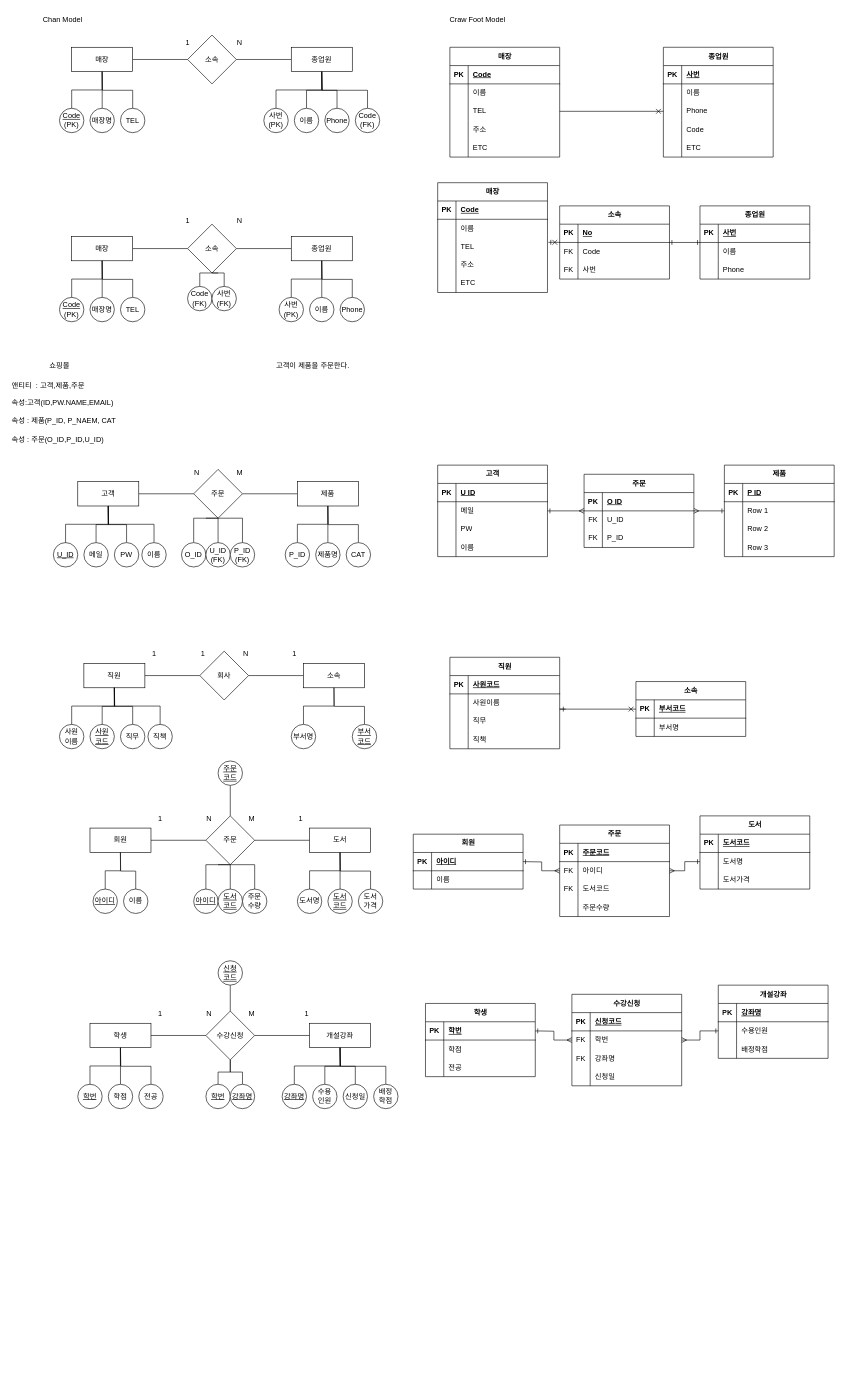
Above: ER (1).drawio in shwysh123/practice (draw.io), before the change. Source tidied: cells renumbered, new cells numbered last; positions are measured from the earlier drawing's top-left corner, leaving out a move shared by most shapes. Both pictures are drawn from the tidied source at 61%, with x=0, y=0 at pixel (10, 10).
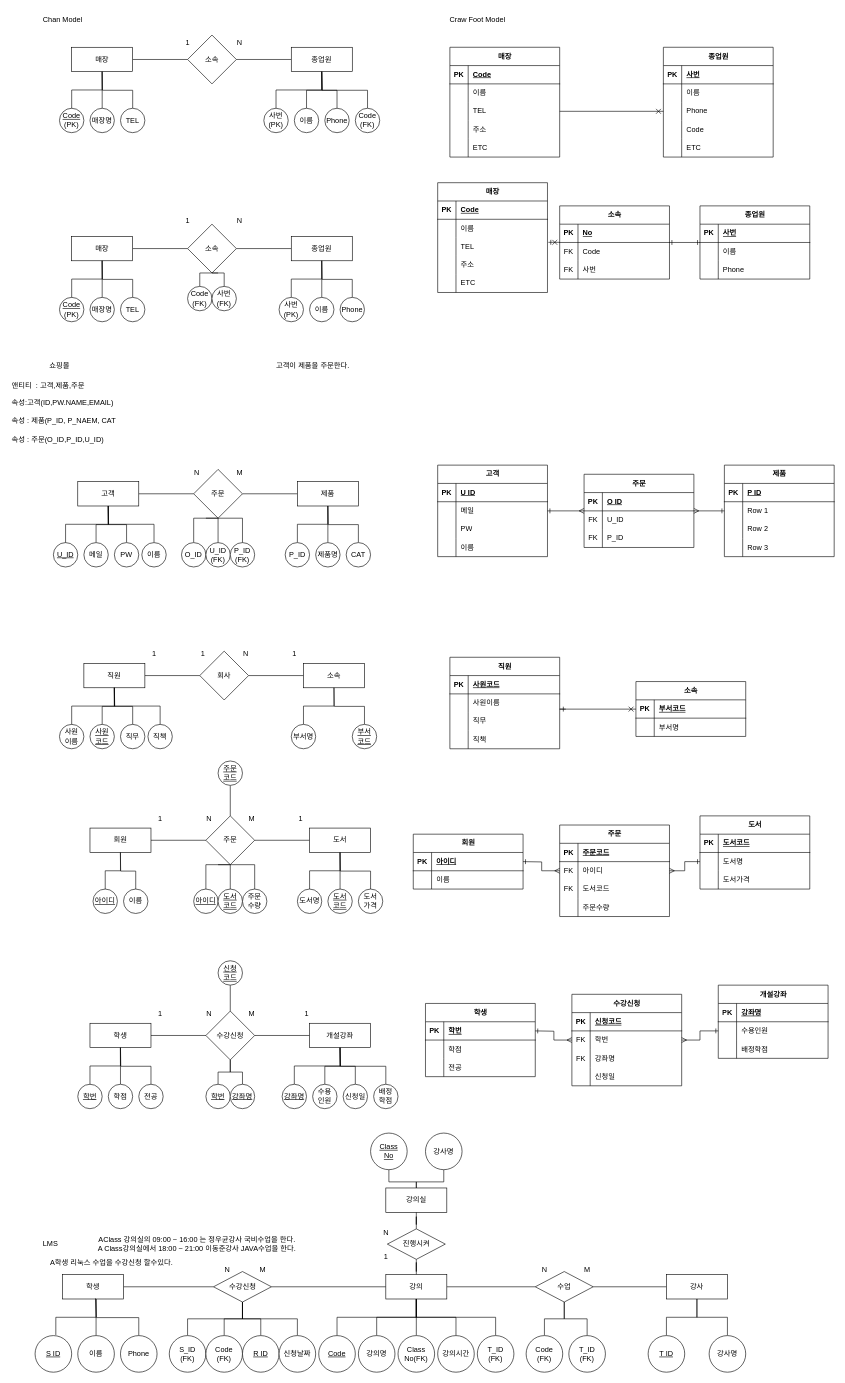
After the change.

What changed in the source:
```diff
@@
+    <mxCell id="355" value="LMS" style="text;html=1;align=center;verticalAlign=middle;strokeColor=none;fillColor=none;" parent="1" vertex="1">
+      <mxGeometry x="40" y="2007" width="50" height="30" as="geometry" />
+    </mxCell>
+    <mxCell id="356" style="edgeStyle=orthogonalEdgeStyle;rounded=0;jettySize=auto;html=1;exitX=0;exitY=0.5;exitDx=0;exitDy=0;entryX=1;entryY=0.5;entryDx=0;entryDy=0;endArrow=none;endFill=0;" parent="1" edge="1" source="359" target="381">
+      <mxGeometry relative="1" as="geometry" />
+    </mxCell>
+    <mxCell id="357" style="edgeStyle=orthogonalEdgeStyle;rounded=0;jettySize=auto;html=1;exitX=0.5;exitY=0;exitDx=0;exitDy=0;endArrow=none;endFill=0;" parent="1" edge="1" source="359" target="399">
+      <mxGeometry relative="1" as="geometry" />
+    </mxCell>
+    <mxCell id="358" style="edgeStyle=orthogonalEdgeStyle;rounded=0;jettySize=auto;html=1;exitX=1;exitY=0.5;exitDx=0;exitDy=0;endArrow=none;endFill=0;" parent="1" edge="1" source="359" target="406">
+      <mxGeometry relative="1" as="geometry" />
+    </mxCell>
+    <mxCell id="359" value="강의" style="whiteSpace=wrap;html=1;align=center;" parent="1" vertex="1">
+      <mxGeometry x="615" y="2072" width="100" height="40" as="geometry" />
+    </mxCell>
+    <mxCell id="360" style="rounded=0;jettySize=auto;html=1;exitX=1;exitY=0.5;exitDx=0;exitDy=0;entryX=0;entryY=0.5;entryDx=0;entryDy=0;endArrow=none;endFill=0;" parent="1" edge="1" source="361" target="381">
+      <mxGeometry relative="1" as="geometry" />
+    </mxCell>
+    <mxCell id="361" value="학생" style="whiteSpace=wrap;html=1;align=center;" parent="1" vertex="1">
+      <mxGeometry x="85" y="2072" width="100" height="40" as="geometry" />
+    </mxCell>
+    <mxCell id="362" style="edgeStyle=orthogonalEdgeStyle;rounded=0;jettySize=auto;html=1;exitX=0;exitY=0.5;exitDx=0;exitDy=0;endArrow=none;endFill=0;" parent="1" edge="1" source="363" target="406">
+      <mxGeometry relative="1" as="geometry" />
+    </mxCell>
+    <mxCell id="363" value="강사" style="whiteSpace=wrap;html=1;align=center;" parent="1" vertex="1">
+      <mxGeometry x="1075" y="2072" width="100" height="40" as="geometry" />
+    </mxCell>
+    <mxCell id="364" style="edgeStyle=orthogonalEdgeStyle;rounded=0;orthogonalLoop=1;jettySize=auto;html=1;exitX=0.5;exitY=0;exitDx=0;exitDy=0;entryX=0.5;entryY=1;entryDx=0;entryDy=0;endArrow=none;endFill=0;" parent="1" edge="1">
+      <mxGeometry relative="1" as="geometry">
+        <mxPoint x="74" y="2171" as="sourcePoint" />
+        <mxPoint x="139" y="2111" as="targetPoint" />
+        <Array as="points">
+          <mxPoint x="74" y="2142" />
+          <mxPoint x="140" y="2142" />
+        </Array>
+      </mxGeometry>
+    </mxCell>
+    <mxCell id="365" value="&lt;u&gt;S ID&lt;/u&gt;" style="ellipse;whiteSpace=wrap;html=1;align=center;" parent="1" vertex="1">
+      <mxGeometry x="40" y="2172" width="60" height="60" as="geometry" />
+    </mxCell>
+    <mxCell id="366" style="edgeStyle=orthogonalEdgeStyle;rounded=0;jettySize=auto;html=1;exitX=0.5;exitY=0;exitDx=0;exitDy=0;endArrow=none;endFill=0;" parent="1" edge="1" source="367">
+      <mxGeometry relative="1" as="geometry">
+        <mxPoint x="140" y="2112" as="targetPoint" />
+      </mxGeometry>
+    </mxCell>
+    <mxCell id="367" value="이름" style="ellipse;whiteSpace=wrap;html=1;align=center;" parent="1" vertex="1">
+      <mxGeometry x="110" y="2172" width="60" height="60" as="geometry" />
+    </mxCell>
+    <mxCell id="368" style="edgeStyle=orthogonalEdgeStyle;rounded=0;jettySize=auto;html=1;exitX=0.5;exitY=0;exitDx=0;exitDy=0;endArrow=none;endFill=0;" parent="1" edge="1" source="369">
+      <mxGeometry relative="1" as="geometry">
+        <mxPoint x="140" y="2112" as="targetPoint" />
+      </mxGeometry>
+    </mxCell>
+    <mxCell id="369" value="Phone" style="ellipse;whiteSpace=wrap;html=1;align=center;" parent="1" vertex="1">
+      <mxGeometry x="180" y="2172" width="60" height="60" as="geometry" />
+    </mxCell>
+    <mxCell id="370" style="edgeStyle=orthogonalEdgeStyle;rounded=0;jettySize=auto;html=1;exitX=0.5;exitY=0;exitDx=0;exitDy=0;endArrow=none;endFill=0;" parent="1" edge="1" source="371" target="359">
+      <mxGeometry relative="1" as="geometry" />
+    </mxCell>
+    <mxCell id="371" value="&lt;u&gt;Code&lt;/u&gt;" style="ellipse;whiteSpace=wrap;html=1;align=center;" parent="1" vertex="1">
+      <mxGeometry x="505" y="2172" width="60" height="60" as="geometry" />
+    </mxCell>
+    <mxCell id="372" style="edgeStyle=orthogonalEdgeStyle;rounded=0;jettySize=auto;html=1;exitX=0.5;exitY=0;exitDx=0;exitDy=0;endArrow=none;endFill=0;" parent="1" edge="1" source="373" target="359">
+      <mxGeometry relative="1" as="geometry" />
+    </mxCell>
+    <mxCell id="373" value="강의명" style="ellipse;whiteSpace=wrap;html=1;align=center;" parent="1" vertex="1">
+      <mxGeometry x="570" y="2172" width="60" height="60" as="geometry" />
+    </mxCell>
+    <mxCell id="374" style="edgeStyle=orthogonalEdgeStyle;rounded=0;jettySize=auto;html=1;exitX=0.5;exitY=0;exitDx=0;exitDy=0;endArrow=none;endFill=0;" parent="1" edge="1" source="375" target="359">
+      <mxGeometry relative="1" as="geometry" />
+    </mxCell>
+    <mxCell id="375" value="Class&lt;br&gt;No(FK)" style="ellipse;whiteSpace=wrap;html=1;align=center;" parent="1" vertex="1">
+      <mxGeometry x="635" y="2172" width="60" height="60" as="geometry" />
+    </mxCell>
+    <mxCell id="376" style="edgeStyle=orthogonalEdgeStyle;rounded=0;jettySize=auto;html=1;exitX=0.5;exitY=0;exitDx=0;exitDy=0;endArrow=none;endFill=0;" parent="1" edge="1" source="377" target="359">
+      <mxGeometry relative="1" as="geometry" />
+    </mxCell>
+    <mxCell id="377" value="강의시간" style="ellipse;whiteSpace=wrap;html=1;align=center;" parent="1" vertex="1">
+      <mxGeometry x="700" y="2172" width="60" height="60" as="geometry" />
+    </mxCell>
+    <mxCell id="378" style="edgeStyle=orthogonalEdgeStyle;rounded=0;jettySize=auto;html=1;exitX=0.5;exitY=0;exitDx=0;exitDy=0;endArrow=none;endFill=0;" parent="1" edge="1" source="379" target="359">
+      <mxGeometry relative="1" as="geometry" />
+    </mxCell>
+    <mxCell id="379" value="T_ID&lt;br&gt;(FK)" style="ellipse;whiteSpace=wrap;html=1;align=center;" parent="1" vertex="1">
+      <mxGeometry x="765" y="2172" width="60" height="60" as="geometry" />
+    </mxCell>
+    <mxCell id="380" value="A학생 리눅스 수업을 수강신청 할수있다." style="text;html=1;align=center;verticalAlign=middle;strokeColor=none;fillColor=none;" parent="1" vertex="1">
+      <mxGeometry x="45" y="2037" width="240" height="30" as="geometry" />
+    </mxCell>
+    <mxCell id="381" value="수강신청" style="shape=rhombus;perimeter=rhombusPerimeter;whiteSpace=wrap;html=1;align=center;" parent="1" vertex="1">
+      <mxGeometry x="332.5" y="2067" width="95" height="50" as="geometry" />
+    </mxCell>
+    <mxCell id="382" value="N" style="text;html=1;align=center;verticalAlign=middle;strokeColor=none;fillColor=none;" parent="1" vertex="1">
+      <mxGeometry x="340" y="2050" width="30" height="30" as="geometry" />
+    </mxCell>
+    <mxCell id="383" value="M" style="text;html=1;align=center;verticalAlign=middle;strokeColor=none;fillColor=none;" parent="1" vertex="1">
+      <mxGeometry x="397.5" y="2050" width="30" height="30" as="geometry" />
+    </mxCell>
+    <mxCell id="384" style="edgeStyle=orthogonalEdgeStyle;rounded=0;jettySize=auto;html=1;exitX=0.5;exitY=0;exitDx=0;exitDy=0;endArrow=none;endFill=0;" parent="1" edge="1" source="385" target="381">
+      <mxGeometry relative="1" as="geometry" />
+    </mxCell>
+    <mxCell id="385" value="S_ID&lt;br&gt;(FK)" style="ellipse;whiteSpace=wrap;html=1;align=center;" parent="1" vertex="1">
+      <mxGeometry x="260" y="2172" width="60" height="60" as="geometry" />
+    </mxCell>
+    <mxCell id="386" style="edgeStyle=orthogonalEdgeStyle;rounded=0;jettySize=auto;html=1;exitX=0.5;exitY=0;exitDx=0;exitDy=0;endArrow=none;endFill=0;" parent="1" edge="1" source="387" target="381">
+      <mxGeometry relative="1" as="geometry" />
+    </mxCell>
+    <mxCell id="387" value="Code&lt;br&gt;(FK)" style="ellipse;whiteSpace=wrap;html=1;align=center;" parent="1" vertex="1">
+      <mxGeometry x="320" y="2172" width="60" height="60" as="geometry" />
+    </mxCell>
+    <mxCell id="388" style="edgeStyle=orthogonalEdgeStyle;rounded=0;jettySize=auto;html=1;exitX=0.5;exitY=0;exitDx=0;exitDy=0;endArrow=none;endFill=0;" parent="1" edge="1" source="389" target="381">
+      <mxGeometry relative="1" as="geometry" />
+    </mxCell>
+    <mxCell id="389" value="&lt;u&gt;R ID&lt;/u&gt;" style="ellipse;whiteSpace=wrap;html=1;align=center;" parent="1" vertex="1">
+      <mxGeometry x="380" y="2172" width="60" height="60" as="geometry" />
+    </mxCell>
+    <mxCell id="390" style="edgeStyle=orthogonalEdgeStyle;rounded=0;jettySize=auto;html=1;exitX=0.5;exitY=0;exitDx=0;exitDy=0;endArrow=none;endFill=0;" parent="1" edge="1" source="391" target="381">
+      <mxGeometry relative="1" as="geometry" />
+    </mxCell>
+    <mxCell id="391" value="신청날짜" style="ellipse;whiteSpace=wrap;html=1;align=center;" parent="1" vertex="1">
+      <mxGeometry x="440" y="2172" width="60" height="60" as="geometry" />
+    </mxCell>
+    <mxCell id="392" value="AClass 강의실의 09:00 ~ 16:00 는 정우균강사 국비수업을 한다.&lt;br&gt;A Class강의실에서 18:00 ~ 21:00 이동준강사 JAVA수업을 한다." style="text;html=1;align=center;verticalAlign=middle;strokeColor=none;fillColor=none;" parent="1" vertex="1">
+      <mxGeometry x="125" y="2002" width="360" height="40" as="geometry" />
+    </mxCell>
+    <mxCell id="393" value="강의실" style="whiteSpace=wrap;html=1;align=center;" parent="1" vertex="1">
+      <mxGeometry x="615" y="1930" width="100" height="40" as="geometry" />
+    </mxCell>
+    <mxCell id="394" style="edgeStyle=orthogonalEdgeStyle;rounded=0;jettySize=auto;html=1;exitX=0.5;exitY=1;exitDx=0;exitDy=0;endArrow=none;endFill=0;" parent="1" edge="1" source="395" target="393">
+      <mxGeometry relative="1" as="geometry" />
+    </mxCell>
+    <mxCell id="395" value="강사명" style="ellipse;whiteSpace=wrap;html=1;align=center;" parent="1" vertex="1">
+      <mxGeometry x="680" y="1840" width="60" height="60" as="geometry" />
+    </mxCell>
+    <mxCell id="396" style="edgeStyle=orthogonalEdgeStyle;rounded=0;jettySize=auto;html=1;exitX=0.5;exitY=1;exitDx=0;exitDy=0;endArrow=none;endFill=0;" parent="1" edge="1" source="397" target="393">
+      <mxGeometry relative="1" as="geometry" />
+    </mxCell>
+    <mxCell id="397" value="&lt;u&gt;Class&lt;br&gt;No&lt;/u&gt;" style="ellipse;whiteSpace=wrap;html=1;align=center;" parent="1" vertex="1">
+      <mxGeometry x="590" y="1840" width="60" height="60" as="geometry" />
+    </mxCell>
+    <mxCell id="398" style="edgeStyle=orthogonalEdgeStyle;rounded=0;jettySize=auto;html=1;exitX=0.5;exitY=0;exitDx=0;exitDy=0;endArrow=none;endFill=0;" parent="1" edge="1" source="399" target="393">
+      <mxGeometry relative="1" as="geometry" />
+    </mxCell>
+    <mxCell id="399" value="진행시켜" style="shape=rhombus;perimeter=rhombusPerimeter;whiteSpace=wrap;html=1;align=center;" parent="1" vertex="1">
+      <mxGeometry x="617.5" y="1997" width="95" height="50" as="geometry" />
+    </mxCell>
+    <mxCell id="400" value="1" style="text;html=1;align=center;verticalAlign=middle;strokeColor=none;fillColor=none;" parent="1" vertex="1">
+      <mxGeometry x="600" y="2028" width="30" height="30" as="geometry" />
+    </mxCell>
+    <mxCell id="401" value="N" style="text;html=1;align=center;verticalAlign=middle;strokeColor=none;fillColor=none;" parent="1" vertex="1">
+      <mxGeometry x="600" y="1988" width="30" height="30" as="geometry" />
+    </mxCell>
+    <mxCell id="402" style="edgeStyle=orthogonalEdgeStyle;rounded=0;jettySize=auto;html=1;exitX=0.5;exitY=0;exitDx=0;exitDy=0;endArrow=none;endFill=0;" parent="1" edge="1" source="403" target="363">
+      <mxGeometry relative="1" as="geometry" />
+    </mxCell>
+    <mxCell id="403" value="&lt;u&gt;T ID&lt;/u&gt;" style="ellipse;whiteSpace=wrap;html=1;align=center;" parent="1" vertex="1">
+      <mxGeometry x="1045" y="2172" width="60" height="60" as="geometry" />
+    </mxCell>
+    <mxCell id="404" style="edgeStyle=orthogonalEdgeStyle;rounded=0;jettySize=auto;html=1;exitX=0.5;exitY=0;exitDx=0;exitDy=0;endArrow=none;endFill=0;" parent="1" edge="1" source="405" target="363">
+      <mxGeometry relative="1" as="geometry" />
+    </mxCell>
+    <mxCell id="405" value="강사명" style="ellipse;whiteSpace=wrap;html=1;align=center;" parent="1" vertex="1">
+      <mxGeometry x="1145" y="2172" width="60" height="60" as="geometry" />
+    </mxCell>
+    <mxCell id="406" value="수업" style="shape=rhombus;perimeter=rhombusPerimeter;whiteSpace=wrap;html=1;align=center;" parent="1" vertex="1">
+      <mxGeometry x="860" y="2067" width="95" height="50" as="geometry" />
+    </mxCell>
+    <mxCell id="407" value="N" style="text;html=1;align=center;verticalAlign=middle;strokeColor=none;fillColor=none;" parent="1" vertex="1">
+      <mxGeometry x="860" y="2050" width="30" height="30" as="geometry" />
+    </mxCell>
+    <mxCell id="408" value="M" style="text;html=1;align=center;verticalAlign=middle;strokeColor=none;fillColor=none;" parent="1" vertex="1">
+      <mxGeometry x="930" y="2050" width="30" height="30" as="geometry" />
+    </mxCell>
+    <mxCell id="409" style="edgeStyle=orthogonalEdgeStyle;rounded=0;jettySize=auto;html=1;exitX=0.5;exitY=0;exitDx=0;exitDy=0;endArrow=none;endFill=0;" parent="1" edge="1" source="410" target="406">
+      <mxGeometry relative="1" as="geometry" />
+    </mxCell>
+    <mxCell id="410" value="Code&lt;br&gt;(FK)" style="ellipse;whiteSpace=wrap;html=1;align=center;" parent="1" vertex="1">
+      <mxGeometry x="845" y="2172" width="60" height="60" as="geometry" />
+    </mxCell>
+    <mxCell id="411" style="edgeStyle=orthogonalEdgeStyle;rounded=0;jettySize=auto;html=1;exitX=0.5;exitY=0;exitDx=0;exitDy=0;endArrow=none;endFill=0;" parent="1" edge="1" source="412" target="406">
+      <mxGeometry relative="1" as="geometry" />
+    </mxCell>
+    <mxCell id="412" value="T_ID&lt;br&gt;(FK)" style="ellipse;whiteSpace=wrap;html=1;align=center;" parent="1" vertex="1">
+      <mxGeometry x="915" y="2172" width="60" height="60" as="geometry" />
+    </mxCell>
```
